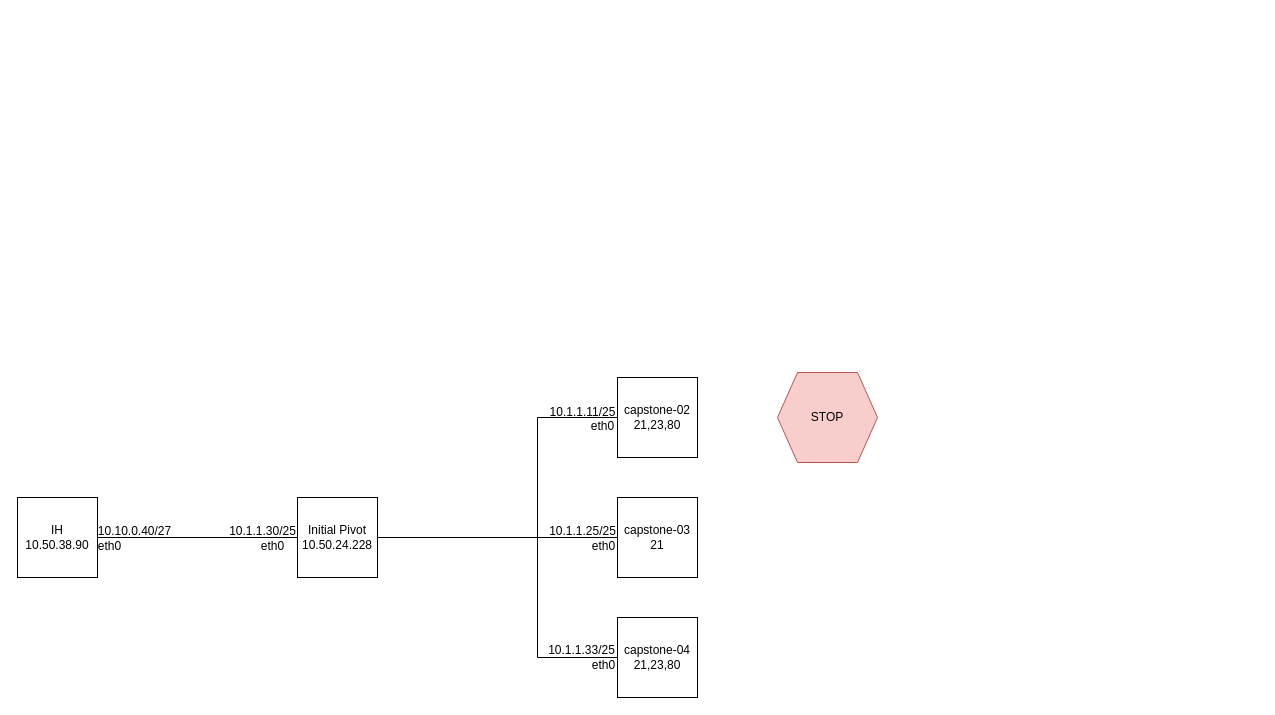
The draw.io diagram Capstone.drawio in Mikejb5582/Networking, before the edit. Source tidied: cells renumbered, new cells numbered last; positions are measured from the earlier drawing's top-left corner, leaving out a move shared by most shapes. Both pictures are drawn from the tidied source at 100%, with x=0, y=0 at pixel (17, 372).
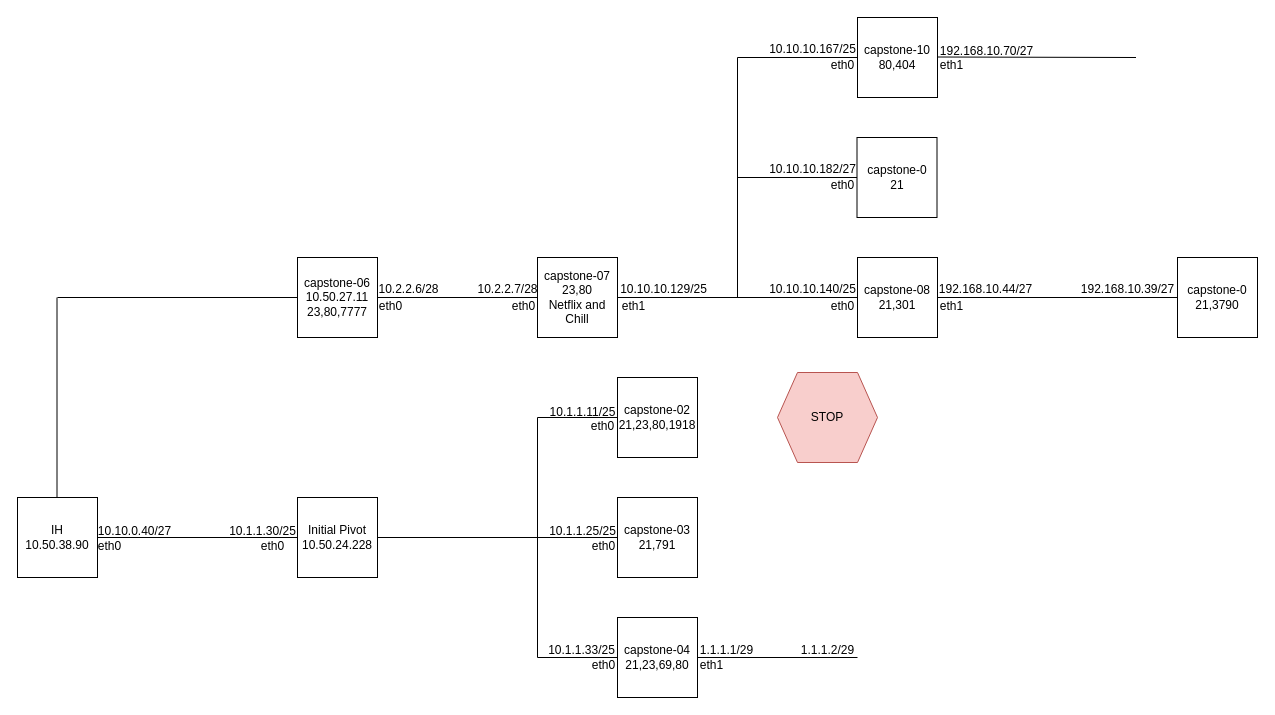
The same page after the edit.

Change to the diagram source:
```diff
@@
-    <mxCell id="10" value="capstone-02&lt;br&gt;21,23,80" style="whiteSpace=wrap;html=1;" parent="1" vertex="1">
+    <mxCell id="10" value="capstone-02&lt;br&gt;21,23,80,1918" style="whiteSpace=wrap;html=1;" parent="1" vertex="1">
       <mxGeometry x="600" y="5" width="80" height="80" as="geometry" />
     </mxCell>
-    <mxCell id="11" value="capstone-03&lt;br&gt;21" style="whiteSpace=wrap;html=1;" parent="1" vertex="1">
+    <mxCell id="11" value="capstone-03&lt;br&gt;21,791" style="whiteSpace=wrap;html=1;" parent="1" vertex="1">
       <mxGeometry x="600" y="125" width="80" height="80" as="geometry" />
     </mxCell>
-    <mxCell id="12" value="capstone-04&lt;br&gt;21,23,80" style="whiteSpace=wrap;html=1;" parent="1" vertex="1">
+    <mxCell id="12" value="capstone-04&lt;br&gt;21,23,69,80" style="whiteSpace=wrap;html=1;" parent="1" vertex="1">
       <mxGeometry x="600" y="245" width="80" height="80" as="geometry" />
     </mxCell>
@@
+    <mxCell id="23" style="endArrow=none;html=1;rounded=0;" parent="1" edge="1">
+      <mxGeometry relative="1" as="geometry">
+        <mxPoint x="680" y="285" as="sourcePoint" />
+        <mxPoint x="840" y="285" as="targetPoint" />
+      </mxGeometry>
+    </mxCell>
+    <mxCell id="24" value="1.1.1.1/29" style="text;html=1;align=center;verticalAlign=middle;strokeColor=none;fillColor=none;" parent="1" vertex="1">
+      <mxGeometry x="669" y="263" width="80" height="30" as="geometry" />
+    </mxCell>
+    <mxCell id="25" value="eth1" style="text;html=1;align=center;verticalAlign=middle;strokeColor=none;fillColor=none;" parent="1" vertex="1">
+      <mxGeometry x="669" y="278" width="50" height="30" as="geometry" />
+    </mxCell>
+    <mxCell id="26" value="1.1.1.2/29" style="text;html=1;align=center;verticalAlign=middle;strokeColor=none;fillColor=none;" parent="1" vertex="1">
+      <mxGeometry x="770" y="263" width="80" height="30" as="geometry" />
+    </mxCell>
+    <mxCell id="27" value="capstone-06&lt;br&gt;&lt;span style=&quot;&quot;&gt;10.50.27.11&lt;/span&gt;&lt;br&gt;23,80,7777" style="whiteSpace=wrap;html=1;" parent="1" vertex="1">
+      <mxGeometry x="280" y="-115" width="80" height="80" as="geometry" />
+    </mxCell>
+    <mxCell id="28" value="eth0" style="text;html=1;align=center;verticalAlign=middle;strokeColor=none;fillColor=none;" parent="1" vertex="1">
+      <mxGeometry x="348" y="-81" width="50" height="30" as="geometry" />
+    </mxCell>
+    <mxCell id="29" value="10.2.2.6/28" style="text;html=1;align=center;verticalAlign=middle;strokeColor=none;fillColor=none;" parent="1" vertex="1">
+      <mxGeometry x="351" y="-98" width="80" height="30" as="geometry" />
+    </mxCell>
+    <mxCell id="30" style="endArrow=none;html=1;rounded=0;" parent="1" edge="1">
+      <mxGeometry relative="1" as="geometry">
+        <mxPoint x="39.5" y="125" as="sourcePoint" />
+        <mxPoint x="39.5" y="-75" as="targetPoint" />
+      </mxGeometry>
+    </mxCell>
+    <mxCell id="31" style="endArrow=none;html=1;rounded=0;entryX=0;entryY=0.5;entryDx=0;entryDy=0;" parent="1" edge="1" target="27">
+      <mxGeometry relative="1" as="geometry">
+        <mxPoint x="40" y="-75" as="sourcePoint" />
+      </mxGeometry>
+    </mxCell>
+    <mxCell id="32" style="endArrow=none;html=1;rounded=0;" parent="1" edge="1">
+      <mxGeometry relative="1" as="geometry">
+        <mxPoint x="360" y="-75" as="sourcePoint" />
+        <mxPoint x="520" y="-75" as="targetPoint" />
+      </mxGeometry>
+    </mxCell>
+    <mxCell id="33" value="capstone-07&lt;br&gt;23,80&lt;br&gt;Netflix and Chill" style="whiteSpace=wrap;html=1;" parent="1" vertex="1">
+      <mxGeometry x="520" y="-115" width="80" height="80" as="geometry" />
+    </mxCell>
+    <mxCell id="34" value="10.2.2.7/28" style="text;html=1;align=center;verticalAlign=middle;strokeColor=none;fillColor=none;" parent="1" vertex="1">
+      <mxGeometry x="450" y="-98" width="80" height="30" as="geometry" />
+    </mxCell>
+    <mxCell id="35" value="eth0" style="text;html=1;align=center;verticalAlign=middle;strokeColor=none;fillColor=none;" parent="1" vertex="1">
+      <mxGeometry x="481" y="-81" width="50" height="30" as="geometry" />
+    </mxCell>
+    <mxCell id="36" style="endArrow=none;html=1;rounded=0;entryX=0;entryY=0.5;entryDx=0;entryDy=0;" parent="1" edge="1" target="39">
+      <mxGeometry relative="1" as="geometry">
+        <mxPoint x="600" y="-75" as="sourcePoint" />
+      </mxGeometry>
+    </mxCell>
+    <mxCell id="37" value="10.10.10.129/25" style="text;html=1;align=center;verticalAlign=middle;strokeColor=none;fillColor=none;" parent="1" vertex="1">
+      <mxGeometry x="591" y="-98" width="110" height="30" as="geometry" />
+    </mxCell>
+    <mxCell id="38" value="eth1" style="text;html=1;align=center;verticalAlign=middle;strokeColor=none;fillColor=none;" parent="1" vertex="1">
+      <mxGeometry x="591" y="-81" width="50" height="30" as="geometry" />
+    </mxCell>
+    <mxCell id="39" value="capstone-08&lt;br&gt;21,301" style="whiteSpace=wrap;html=1;" parent="1" vertex="1">
+      <mxGeometry x="840" y="-115" width="80" height="80" as="geometry" />
+    </mxCell>
+    <mxCell id="40" value="10.10.10.140/25" style="text;html=1;align=center;verticalAlign=middle;strokeColor=none;fillColor=none;" parent="1" vertex="1">
+      <mxGeometry x="740" y="-98" width="110" height="30" as="geometry" />
+    </mxCell>
+    <mxCell id="41" value="eth0" style="text;html=1;align=center;verticalAlign=middle;strokeColor=none;fillColor=none;" parent="1" vertex="1">
+      <mxGeometry x="800" y="-81" width="50" height="30" as="geometry" />
+    </mxCell>
+    <mxCell id="42" value="eth1" style="text;html=1;align=center;verticalAlign=middle;strokeColor=none;fillColor=none;" parent="1" vertex="1">
+      <mxGeometry x="909" y="-81" width="50" height="30" as="geometry" />
+    </mxCell>
+    <mxCell id="43" style="endArrow=none;html=1;rounded=0;" parent="1" edge="1">
+      <mxGeometry relative="1" as="geometry">
+        <mxPoint x="920" y="-75" as="sourcePoint" />
+        <mxPoint x="1160" y="-75" as="targetPoint" />
+      </mxGeometry>
+    </mxCell>
+    <mxCell id="44" value="192.168.10.44/27" style="text;html=1;align=center;verticalAlign=middle;strokeColor=none;fillColor=none;" parent="1" vertex="1">
+      <mxGeometry x="908" y="-98" width="120" height="30" as="geometry" />
+    </mxCell>
+    <mxCell id="45" value="192.168.10.39/27" style="text;html=1;align=center;verticalAlign=middle;strokeColor=none;fillColor=none;" parent="1" vertex="1">
+      <mxGeometry x="1050" y="-98" width="120" height="30" as="geometry" />
+    </mxCell>
+    <mxCell id="46" value="capstone-0&lt;br&gt;21,3790" style="whiteSpace=wrap;html=1;" parent="1" vertex="1">
+      <mxGeometry x="1160" y="-115" width="80" height="80" as="geometry" />
+    </mxCell>
+    <mxCell id="47" value="capstone-0&lt;br&gt;21" style="whiteSpace=wrap;html=1;" parent="1" vertex="1">
+      <mxGeometry x="839.5" y="-235" width="80" height="80" as="geometry" />
+    </mxCell>
+    <mxCell id="48" value="10.10.10.182/27" style="text;html=1;align=center;verticalAlign=middle;strokeColor=none;fillColor=none;" parent="1" vertex="1">
+      <mxGeometry x="740" y="-218" width="110" height="30" as="geometry" />
+    </mxCell>
+    <mxCell id="49" style="endArrow=none;html=1;rounded=0;" parent="1" edge="1">
+      <mxGeometry relative="1" as="geometry">
+        <mxPoint x="720" y="-75" as="sourcePoint" />
+        <mxPoint x="720" y="-315" as="targetPoint" />
+      </mxGeometry>
+    </mxCell>
+    <mxCell id="50" style="endArrow=none;html=1;rounded=0;entryX=0;entryY=0.5;entryDx=0;entryDy=0;" parent="1" edge="1" target="47">
+      <mxGeometry relative="1" as="geometry">
+        <mxPoint x="720" y="-195" as="sourcePoint" />
+      </mxGeometry>
+    </mxCell>
+    <mxCell id="51" value="eth0" style="text;html=1;align=center;verticalAlign=middle;strokeColor=none;fillColor=none;" parent="1" vertex="1">
+      <mxGeometry x="800" y="-202" width="50" height="30" as="geometry" />
+    </mxCell>
+    <mxCell id="52" value="capstone-10&lt;br&gt;80,404" style="whiteSpace=wrap;html=1;" parent="1" vertex="1">
+      <mxGeometry x="840" y="-355" width="80" height="80" as="geometry" />
+    </mxCell>
+    <mxCell id="53" value="10.10.10.167/25" style="text;html=1;align=center;verticalAlign=middle;strokeColor=none;fillColor=none;" parent="1" vertex="1">
+      <mxGeometry x="740" y="-338" width="110" height="30" as="geometry" />
+    </mxCell>
+    <mxCell id="54" style="endArrow=none;html=1;rounded=0;entryX=0;entryY=0.5;entryDx=0;entryDy=0;" parent="1" edge="1">
+      <mxGeometry relative="1" as="geometry">
+        <mxPoint x="720" y="-315" as="sourcePoint" />
+        <mxPoint x="839.5" y="-315" as="targetPoint" />
+      </mxGeometry>
+    </mxCell>
+    <mxCell id="55" value="eth0" style="text;html=1;align=center;verticalAlign=middle;strokeColor=none;fillColor=none;" parent="1" vertex="1">
+      <mxGeometry x="800" y="-322" width="50" height="30" as="geometry" />
+    </mxCell>
+    <mxCell id="56" value="192.168.10.70/27" style="text;html=1;align=center;verticalAlign=middle;strokeColor=none;fillColor=none;" parent="1" vertex="1">
+      <mxGeometry x="909" y="-336" width="120" height="30" as="geometry" />
+    </mxCell>
+    <mxCell id="57" value="eth1" style="text;html=1;align=center;verticalAlign=middle;strokeColor=none;fillColor=none;" parent="1" vertex="1">
+      <mxGeometry x="909" y="-322" width="50" height="30" as="geometry" />
+    </mxCell>
+    <mxCell id="58" style="endArrow=none;html=1;rounded=0;" parent="1" edge="1">
+      <mxGeometry relative="1" as="geometry">
+        <mxPoint x="919.5" y="-315.5" as="sourcePoint" />
+        <mxPoint x="1118.5" y="-315" as="targetPoint" />
+      </mxGeometry>
+    </mxCell>
```
